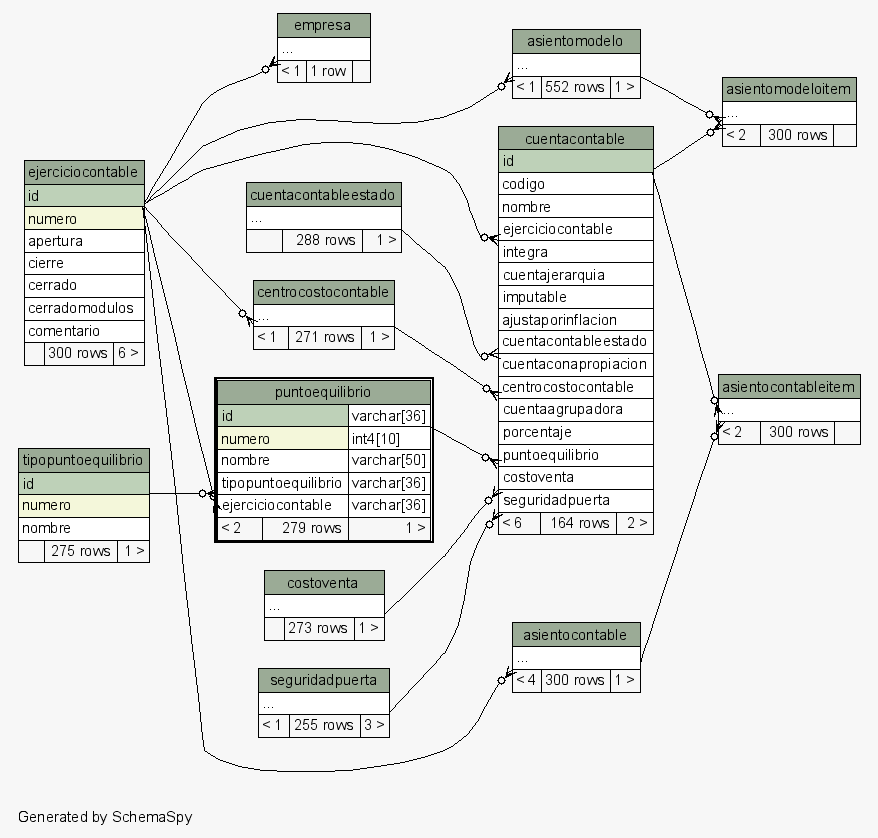
Above: postgresql/schemaSpy/salida/diagrams/puntoequilibrio.2degrees.png in diegopablomansilla/massoftware_front (Graphviz), before the change. Its source is kept beside it as postgresql/schemaSpy/salida/diagrams/puntoequilibrio.2degrees.dot.
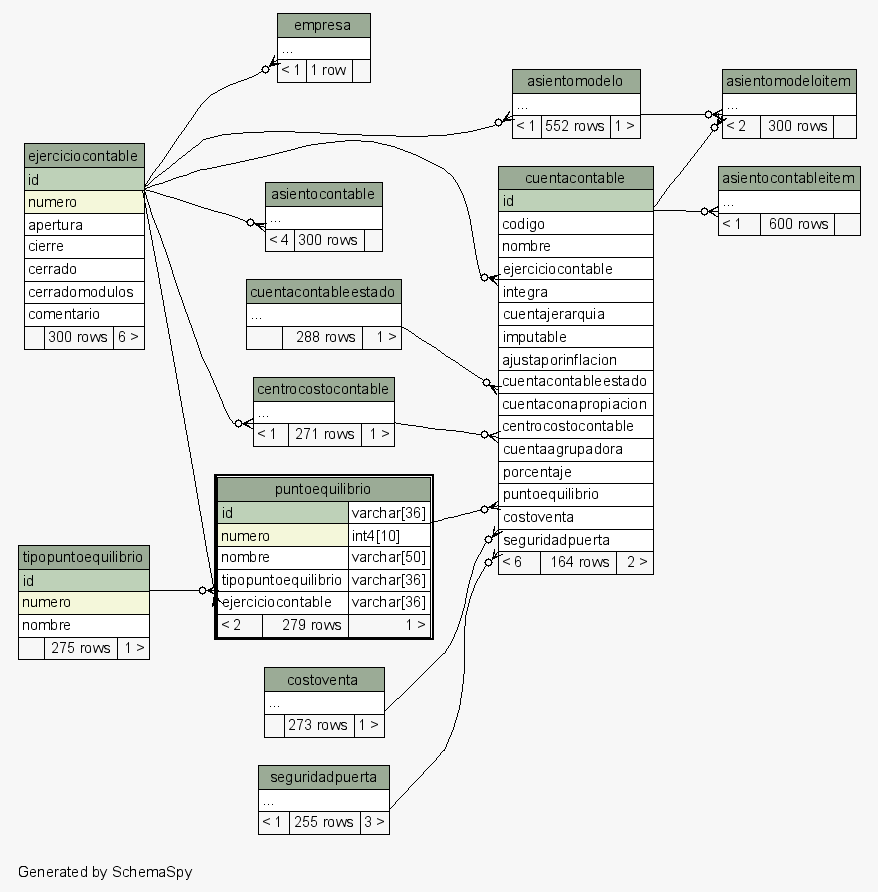
Above is the later version.

The edit, as a diff of the source:
```diff
@@ -18,7 +18,6 @@
     arrowsize="0.8"
   ];
   "asientocontable":"elipses":sw -> "ejerciciocontable":"id":se [arrowhead=none dir=back arrowtail=crowodot];
-  "asientocontableitem":"elipses":sw -> "asientocontable":"elipses":se [arrowhead=none dir=back arrowtail=crowodot];
   "asientocontableitem":"elipses":sw -> "cuentacontable":"id":se [arrowhead=none dir=back arrowtail=crowodot];
   "asientomodelo":"elipses":sw -> "ejerciciocontable":"id":se [arrowhead=none dir=back arrowtail=crowodot];
   "asientomodeloitem":"elipses":sw -> "asientomodelo":"elipses":se [arrowhead=none dir=back arrowtail=crowodot];
@@ -38,7 +37,7 @@
     <TABLE BORDER="0" CELLBORDER="1" CELLSPACING="0" BGCOLOR="#ffffff">
       <TR><TD COLSPAN="3" BGCOLOR="#9bab96" ALIGN="CENTER">asientocontable</TD></TR>
       <TR><TD PORT="elipses" COLSPAN="3" ALIGN="LEFT">...</TD></TR>
-      <TR><TD ALIGN="LEFT" BGCOLOR="#f7f7f7">&lt; 4</TD><TD ALIGN="RIGHT" BGCOLOR="#f7f7f7">300 rows</TD><TD ALIGN="RIGHT" BGCOLOR="#f7f7f7">1 &gt;</TD></TR>
+      <TR><TD ALIGN="LEFT" BGCOLOR="#f7f7f7">&lt; 4</TD><TD ALIGN="RIGHT" BGCOLOR="#f7f7f7">300 rows</TD><TD ALIGN="RIGHT" BGCOLOR="#f7f7f7">  </TD></TR>
     </TABLE>>
     URL="asientocontable.html"
     tooltip="asientocontable"
@@ -48,7 +47,7 @@
     <TABLE BORDER="0" CELLBORDER="1" CELLSPACING="0" BGCOLOR="#ffffff">
       <TR><TD COLSPAN="3" BGCOLOR="#9bab96" ALIGN="CENTER">asientocontableitem</TD></TR>
       <TR><TD PORT="elipses" COLSPAN="3" ALIGN="LEFT">...</TD></TR>
-      <TR><TD ALIGN="LEFT" BGCOLOR="#f7f7f7">&lt; 2</TD><TD ALIGN="RIGHT" BGCOLOR="#f7f7f7">300 rows</TD><TD ALIGN="RIGHT" BGCOLOR="#f7f7f7">  </TD></TR>
+      <TR><TD ALIGN="LEFT" BGCOLOR="#f7f7f7">&lt; 1</TD><TD ALIGN="RIGHT" BGCOLOR="#f7f7f7">600 rows</TD><TD ALIGN="RIGHT" BGCOLOR="#f7f7f7">  </TD></TR>
     </TABLE>>
     URL="asientocontableitem.html"
     tooltip="asientocontableitem"
```
